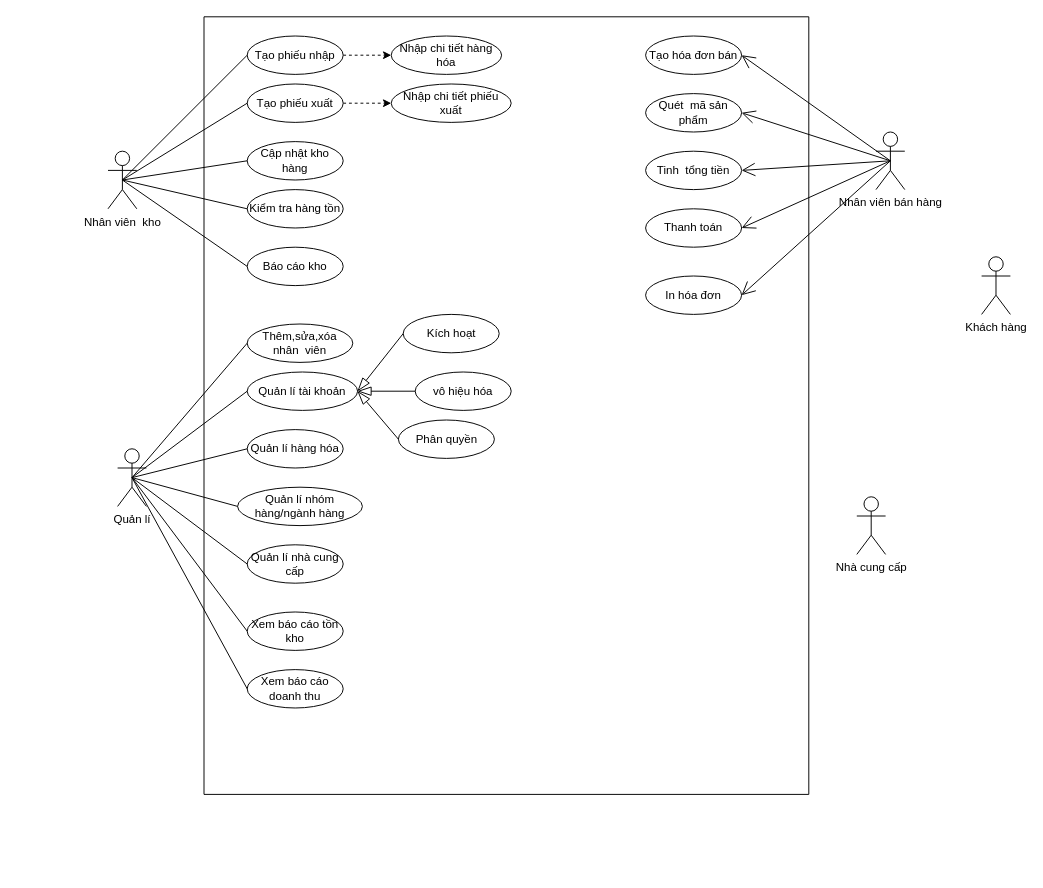
The draw.io diagram usecase.drawio in RomJoke/K, before the edit. Source tidied: cells renumbered, new cells numbered last; positions are measured from the earlier drawing's top-left corner, leaving out a move shared by most shapes. Both pictures are drawn from the tidied source at 96%, with x=0, y=0 at pixel (108, 16).
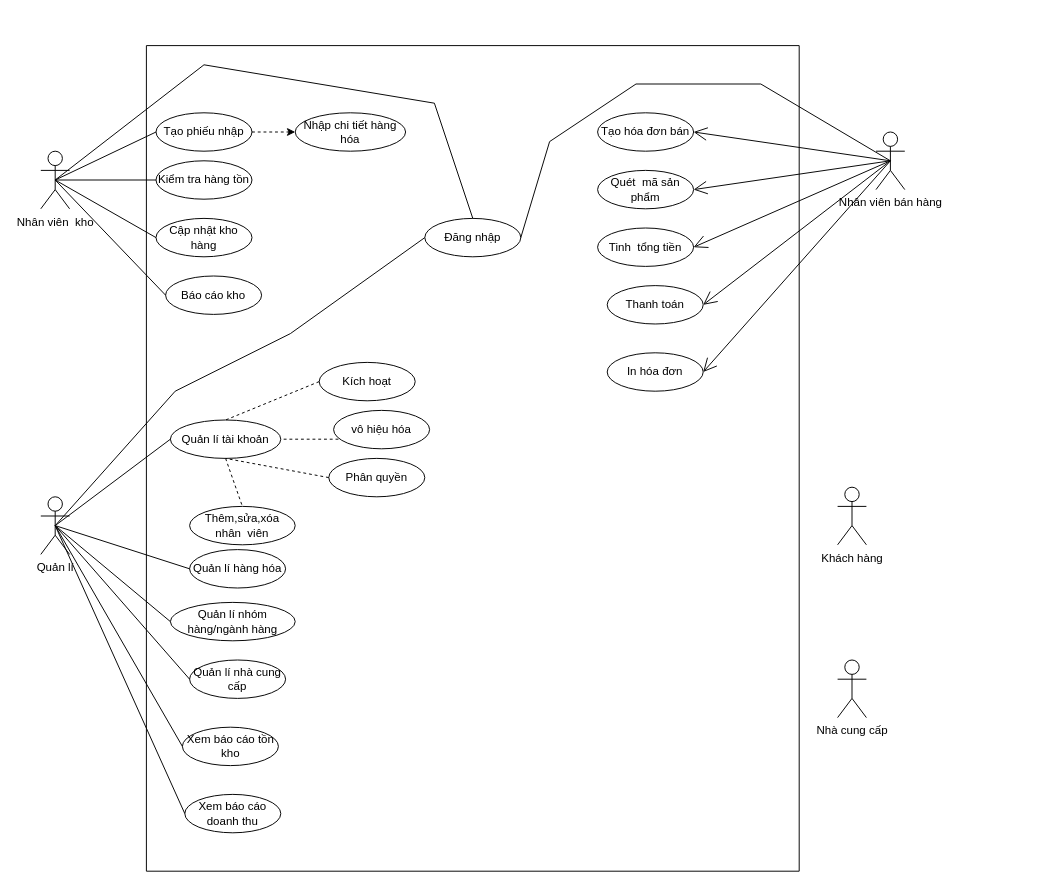
Above is the later version.

The change refers to these unchanged cells:
```xml
<mxCell id="31" value="Nhân viên bán hàng" style="shape=umlActor;verticalLabelPosition=bottom;verticalAlign=top;html=1;outlineConnect=0;" parent="1" vertex="1">
  <mxGeometry x="800" y="120" width="30" height="60" as="geometry" />
</mxCell>
```

The edit, as a diff of the source:
```diff
@@
     <mxCell id="2" value="Nhân viên&amp;nbsp; kho" style="shape=umlActor;verticalLabelPosition=bottom;verticalAlign=top;html=1;outlineConnect=0;" parent="1" vertex="1">
-      <mxGeometry y="140" width="30" height="60" as="geometry" />
+      <mxGeometry x="-70" y="140" width="30" height="60" as="geometry" />
     </mxCell>
     <mxCell id="3" style="swimlane;startSize=0;" parent="1" vertex="1">
-      <mxGeometry x="100" width="630" height="810" as="geometry" />
+      <mxGeometry x="40" y="30" width="680" height="860" as="geometry" />
     </mxCell>
     <mxCell id="4" value="Cập nhật kho hàng" style="ellipse;whiteSpace=wrap;html=1;align=center;" parent="3" vertex="1">
-      <mxGeometry x="45" y="130" width="100" height="40" as="geometry" />
+      <mxGeometry x="10" y="180" width="100" height="40" as="geometry" />
     </mxCell>
@@
     <mxCell id="6" value="Tạo phiếu nhập" style="ellipse;whiteSpace=wrap;html=1;align=center;" parent="3" vertex="1">
-      <mxGeometry x="45" y="20" width="100" height="40" as="geometry" />
+      <mxGeometry x="10" y="70" width="100" height="40" as="geometry" />
     </mxCell>
     <mxCell id="7" value="Nhập chi tiết hàng hóa" style="ellipse;whiteSpace=wrap;html=1;align=center;" parent="3" vertex="1">
-      <mxGeometry x="195" y="20" width="115" height="40" as="geometry" />
+      <mxGeometry x="155" y="70" width="115" height="40" as="geometry" />
     </mxCell>
-    <mxCell id="8" style="edgeStyle=orthogonalEdgeStyle;rounded=0;jettySize=auto;html=1;exitX=1;exitY=0.5;exitDx=0;exitDy=0;entryX=0;entryY=0.5;entryDx=0;entryDy=0;dashed=1;" parent="3" edge="1" source="9" target="10">
-      <mxGeometry relative="1" as="geometry" />
-    </mxCell>
-    <mxCell id="9" value="Tạo phiếu xuất" style="ellipse;whiteSpace=wrap;html=1;align=center;" parent="3" vertex="1">
-      <mxGeometry x="45" y="70" width="100" height="40" as="geometry" />
-    </mxCell>
-    <mxCell id="10" value="Nhập chi tiết phiếu xuất" style="ellipse;whiteSpace=wrap;html=1;align=center;" parent="3" vertex="1">
-      <mxGeometry x="195" y="70" width="125" height="40" as="geometry" />
-    </mxCell>
     <mxCell id="11" value="Kiểm tra hàng tồn" style="ellipse;whiteSpace=wrap;html=1;align=center;" parent="3" vertex="1">
-      <mxGeometry x="45" y="180" width="100" height="40" as="geometry" />
+      <mxGeometry x="10" y="120" width="100" height="40" as="geometry" />
     </mxCell>
     <mxCell id="12" value="Báo cáo kho" style="ellipse;whiteSpace=wrap;html=1;align=center;" parent="3" vertex="1">
-      <mxGeometry x="45" y="240" width="100" height="40" as="geometry" />
+      <mxGeometry x="20" y="240" width="100" height="40" as="geometry" />
     </mxCell>
     <mxCell id="13" value="Thêm,sửa,xóa nhân&amp;nbsp; viên" style="ellipse;whiteSpace=wrap;html=1;align=center;" parent="3" vertex="1">
-      <mxGeometry x="45" y="320" width="110" height="40" as="geometry" />
+      <mxGeometry x="45" y="480" width="110" height="40" as="geometry" />
     </mxCell>
     <mxCell id="14" value="Quản lí tài khoản" style="ellipse;whiteSpace=wrap;html=1;align=center;" parent="3" vertex="1">
-      <mxGeometry x="45" y="370" width="115" height="40" as="geometry" />
+      <mxGeometry x="25" y="390" width="115" height="40" as="geometry" />
     </mxCell>
     <mxCell id="15" value="Quản lí hàng hóa" style="ellipse;whiteSpace=wrap;html=1;align=center;" parent="3" vertex="1">
-      <mxGeometry x="45" y="430" width="100" height="40" as="geometry" />
+      <mxGeometry x="45" y="525" width="100" height="40" as="geometry" />
     </mxCell>
     <mxCell id="16" value="Quản lí nhóm hàng/ngành hàng" style="ellipse;whiteSpace=wrap;html=1;align=center;" parent="3" vertex="1">
-      <mxGeometry x="35" y="490" width="130" height="40" as="geometry" />
+      <mxGeometry x="25" y="580" width="130" height="40" as="geometry" />
     </mxCell>
     <mxCell id="17" value="Quản lí nhà cung cấp" style="ellipse;whiteSpace=wrap;html=1;align=center;" parent="3" vertex="1">
-      <mxGeometry x="45" y="550" width="100" height="40" as="geometry" />
+      <mxGeometry x="45" y="640" width="100" height="40" as="geometry" />
     </mxCell>
     <mxCell id="18" value="Xem báo cáo tồn kho" style="ellipse;whiteSpace=wrap;html=1;align=center;" parent="3" vertex="1">
-      <mxGeometry x="45" y="620" width="100" height="40" as="geometry" />
+      <mxGeometry x="37.5" y="710" width="100" height="40" as="geometry" />
     </mxCell>
     <mxCell id="19" value="Xem báo cáo doanh thu" style="ellipse;whiteSpace=wrap;html=1;align=center;" parent="3" vertex="1">
-      <mxGeometry x="45" y="680" width="100" height="40" as="geometry" />
+      <mxGeometry x="40" y="780" width="100" height="40" as="geometry" />
     </mxCell>
     <mxCell id="20" value="Kích hoạt" style="ellipse;whiteSpace=wrap;html=1;align=center;" parent="3" vertex="1">
-      <mxGeometry x="207.5" y="310" width="100" height="40" as="geometry" />
+      <mxGeometry x="180" y="330" width="100" height="40" as="geometry" />
     </mxCell>
     <mxCell id="21" value="vô hiệu hóa" style="ellipse;whiteSpace=wrap;html=1;align=center;" parent="3" vertex="1">
-      <mxGeometry x="220" y="370" width="100" height="40" as="geometry" />
+      <mxGeometry x="195" y="380" width="100" height="40" as="geometry" />
     </mxCell>
     <mxCell id="22" value="Phân quyền" style="ellipse;whiteSpace=wrap;html=1;align=center;" parent="3" vertex="1">
-      <mxGeometry x="202.5" y="420" width="100" height="40" as="geometry" />
+      <mxGeometry x="190" y="430" width="100" height="40" as="geometry" />
     </mxCell>
-    <mxCell id="23" style="endArrow=blockThin;endFill=0;endSize=12;html=1;rounded=0;exitX=0;exitY=0.5;exitDx=0;exitDy=0;entryX=1;entryY=0.5;entryDx=0;entryDy=0;" parent="3" edge="1" source="20" target="14">
-      <mxGeometry relative="1" as="geometry" />
-    </mxCell>
-    <mxCell id="24" style="endArrow=blockThin;endFill=0;endSize=12;html=1;rounded=0;exitX=0;exitY=0.5;exitDx=0;exitDy=0;entryX=1;entryY=0.5;entryDx=0;entryDy=0;" parent="3" edge="1" source="21" target="14">
-      <mxGeometry relative="1" as="geometry" />
+    <mxCell id="24" style="endArrow=none;endFill=0;endSize=12;html=1;rounded=0;exitX=0;exitY=0.5;exitDx=0;exitDy=0;entryX=1;entryY=0.5;entryDx=0;entryDy=0;startFill=0;dashed=1;" parent="3" edge="1" target="14">
+      <mxGeometry relative="1" as="geometry">
+        <mxPoint x="200" y="410" as="sourcePoint" />
+      </mxGeometry>
     </mxCell>
-    <mxCell id="25" style="endArrow=blockThin;endFill=0;endSize=12;html=1;rounded=0;exitX=0;exitY=0.5;exitDx=0;exitDy=0;entryX=1;entryY=0.5;entryDx=0;entryDy=0;" parent="3" edge="1" source="22" target="14">
-      <mxGeometry relative="1" as="geometry" />
-    </mxCell>
     <mxCell id="26" value="Tạo hóa đơn bán" style="ellipse;whiteSpace=wrap;html=1;align=center;" parent="3" vertex="1">
-      <mxGeometry x="460" y="20" width="100" height="40" as="geometry" />
+      <mxGeometry x="470" y="70" width="100" height="40" as="geometry" />
     </mxCell>
     <mxCell id="27" value="Quét&amp;nbsp; mã sản phẩm" style="ellipse;whiteSpace=wrap;html=1;align=center;" parent="3" vertex="1">
-      <mxGeometry x="460" y="80" width="100" height="40" as="geometry" />
+      <mxGeometry x="470" y="130" width="100" height="40" as="geometry" />
     </mxCell>
     <mxCell id="28" value="Tinh&amp;nbsp; tổng tiền" style="ellipse;whiteSpace=wrap;html=1;align=center;" parent="3" vertex="1">
-      <mxGeometry x="460" y="140" width="100" height="40" as="geometry" />
+      <mxGeometry x="470" y="190" width="100" height="40" as="geometry" />
     </mxCell>
     <mxCell id="29" value="Thanh toán" style="ellipse;whiteSpace=wrap;html=1;align=center;" parent="3" vertex="1">
-      <mxGeometry x="460" y="200" width="100" height="40" as="geometry" />
+      <mxGeometry x="480" y="250" width="100" height="40" as="geometry" />
     </mxCell>
     <mxCell id="30" value="In hóa đơn" style="ellipse;whiteSpace=wrap;html=1;align=center;" parent="3" vertex="1">
-      <mxGeometry x="460" y="270" width="100" height="40" as="geometry" />
+      <mxGeometry x="480" y="320" width="100" height="40" as="geometry" />
     </mxCell>
+    <mxCell id="23" style="endArrow=none;endFill=0;endSize=12;html=1;rounded=0;entryX=0.5;entryY=0;entryDx=0;entryDy=0;exitX=0;exitY=0.5;exitDx=0;exitDy=0;startFill=0;dashed=1;" parent="3" edge="1" source="20" target="14">
+      <mxGeometry relative="1" as="geometry" />
+    </mxCell>
+    <mxCell id="25" style="endArrow=none;endFill=0;endSize=12;html=1;rounded=0;exitX=0;exitY=0.5;exitDx=0;exitDy=0;entryX=0.5;entryY=1;entryDx=0;entryDy=0;startFill=0;dashed=1;" parent="3" edge="1" source="22" target="14">
+      <mxGeometry relative="1" as="geometry" />
+    </mxCell>
+    <mxCell id="52" value="Đăng nhập" style="ellipse;whiteSpace=wrap;html=1;align=center;" parent="3" vertex="1">
+      <mxGeometry x="290" y="180" width="100" height="40" as="geometry" />
+    </mxCell>
+    <mxCell id="53" style="endArrow=none;endFill=1;endSize=12;html=1;rounded=0;exitX=0.5;exitY=1;exitDx=0;exitDy=0;entryX=0.5;entryY=0;entryDx=0;entryDy=0;startFill=0;dashed=1;" parent="3" edge="1" source="14" target="13">
+      <mxGeometry relative="1" as="geometry" />
+    </mxCell>
@@
     <mxCell id="32" value="Quản lí" style="shape=umlActor;verticalLabelPosition=bottom;verticalAlign=top;html=1;outlineConnect=0;" parent="1" vertex="1">
-      <mxGeometry x="10" y="450" width="30" height="60" as="geometry" />
+      <mxGeometry x="-70" y="500" width="30" height="60" as="geometry" />
     </mxCell>
     <mxCell id="33" value="Nhà cung cấp" style="shape=umlActor;verticalLabelPosition=bottom;verticalAlign=top;html=1;" parent="1" vertex="1">
-      <mxGeometry x="780" y="500" width="30" height="60" as="geometry" />
+      <mxGeometry x="760" y="670" width="30" height="60" as="geometry" />
     </mxCell>
     <mxCell id="34" value="Khách hàng" style="shape=umlActor;verticalLabelPosition=bottom;verticalAlign=top;html=1;" parent="1" vertex="1">
-      <mxGeometry x="910" y="250" width="30" height="60" as="geometry" />
+      <mxGeometry x="760" y="490" width="30" height="60" as="geometry" />
     </mxCell>
@@
-    <mxCell id="36" style="endArrow=none;endFill=1;endSize=12;html=1;rounded=0;exitX=0.5;exitY=0.5;exitDx=0;exitDy=0;exitPerimeter=0;entryX=0;entryY=0.5;entryDx=0;entryDy=0;startFill=0;" parent="1" edge="1" source="2" target="9">
-      <mxGeometry relative="1" as="geometry" />
-    </mxCell>
@@
-    <mxCell id="40" style="endArrow=none;endFill=1;endSize=12;html=1;rounded=0;exitX=0.5;exitY=0.5;exitDx=0;exitDy=0;exitPerimeter=0;entryX=0;entryY=0.5;entryDx=0;entryDy=0;startFill=0;" parent="1" edge="1" source="32" target="13">
-      <mxGeometry relative="1" as="geometry" />
-    </mxCell>
@@
+    <mxCell id="54" style="endArrow=none;endFill=1;endSize=12;html=1;rounded=0;exitX=0.5;exitY=0.5;exitDx=0;exitDy=0;exitPerimeter=0;entryX=0;entryY=0.5;entryDx=0;entryDy=0;startFill=0;" parent="1" edge="1" source="32" target="52">
+      <mxGeometry relative="1" as="geometry">
+        <Array as="points">
+          <mxPoint x="70" y="390" />
+          <mxPoint x="190" y="330" />
+        </Array>
+      </mxGeometry>
+    </mxCell>
+    <mxCell id="55" style="endArrow=none;endFill=1;endSize=12;html=1;rounded=0;exitX=1;exitY=0.5;exitDx=0;exitDy=0;entryX=0.5;entryY=0.5;entryDx=0;entryDy=0;startFill=0;entryPerimeter=0;" parent="1" edge="1" source="52" target="31">
+      <mxGeometry relative="1" as="geometry">
+        <Array as="points">
+          <mxPoint x="460" y="130" />
+          <mxPoint x="550" y="70" />
+          <mxPoint x="680" y="70" />
+        </Array>
+      </mxGeometry>
+    </mxCell>
+    <mxCell id="56" style="endArrow=none;endFill=1;endSize=12;html=1;rounded=0;exitX=0.5;exitY=0.5;exitDx=0;exitDy=0;exitPerimeter=0;entryX=0.5;entryY=0;entryDx=0;entryDy=0;startFill=0;" parent="1" edge="1" source="2" target="52">
+      <mxGeometry relative="1" as="geometry">
+        <Array as="points">
+          <mxPoint x="100" y="50" />
+          <mxPoint x="340" y="90" />
+        </Array>
+      </mxGeometry>
+    </mxCell>
```
